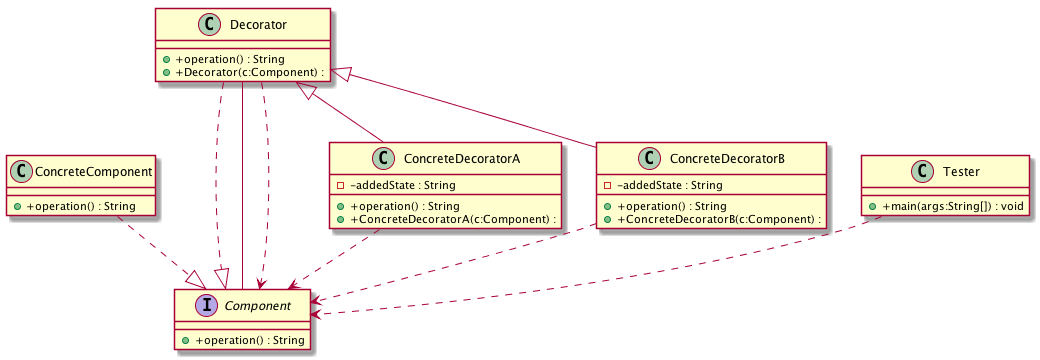
Before: UMLGenerator/test-case-5.png, a diagram exported from PlantUML (rashmishrm/UMLParser).
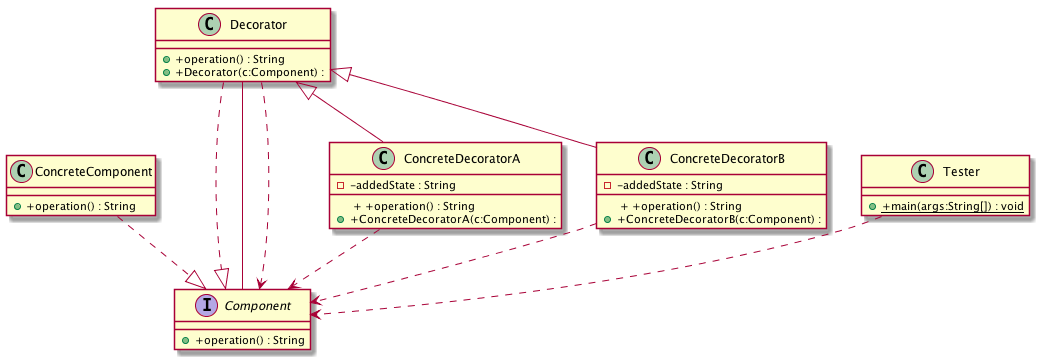
After the change.

Commit message:
Test case 5 issue: static methods.

What changed in the source:
```diff
@@ -1,31 +1,31 @@
 @startuml
 interface Component{
-+ +operation() : String
+ + +operation() : String
 }
 
 class ConcreteComponent{
-+ +operation() : String
+ + +operation() : String
 }
 
 class ConcreteDecoratorA{
 - -addedState : String
-+ +operation() : String
+ + +operation() : String
 + +ConcreteDecoratorA(c:Component) :
 }
 
 class ConcreteDecoratorB{
 - -addedState : String
-+ +operation() : String
+ + +operation() : String
 + +ConcreteDecoratorB(c:Component) :
 }
 
 class Decorator{
-+ +operation() : String
+ + +operation() : String
 + +Decorator(c:Component) :
 }
 
 class Tester{
-+ +main(args:String[]) : void
+{static} + +main(args:String[]) : void
 }
 
 ConcreteComponent ..|>Component
```
